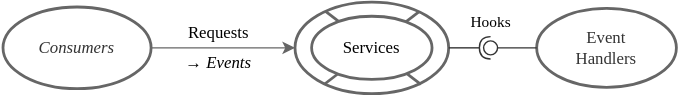
cap-js/docs keeps this draw.io diagram as guides/assets/providing-services/services-events.drawio.svg. Above is the earlier version. Source tidied: cells renumbered, new cells last; positions are measured from the earlier drawing's top-left corner, leaving out a move shared by most shapes. Its diagram source:
```xml
<mxGraphModel>
  <root>
    <mxCell id="0" />
    <mxCell id="1" parent="0" />
    <mxCell id="2" style="group;fontStyle=0;fillColor=none;" parent="1" vertex="1">
      <mxGeometry x="209" width="110" height="65.5" as="geometry" />
    </mxCell>
    <mxCell id="3" style="ellipse;whiteSpace=wrap;html=1;strokeWidth=2;strokeColor=#666666;gradientDirection=south;fontFamily=Avenir Next Medium;sketch=0;" parent="2" vertex="1">
      <mxGeometry width="110" height="65.5" as="geometry" />
    </mxCell>
    <mxCell id="4" style="rounded=0;orthogonalLoop=1;jettySize=auto;html=1;endArrow=none;endFill=0;strokeWidth=2;entryX=0.806;entryY=0.106;entryDx=0;entryDy=0;exitX=0.193;exitY=0.895;exitDx=0;exitDy=0;fillColor=#f8cecc;strokeColor=#666666;entryPerimeter=0;exitPerimeter=0;fontFamily=Avenir Next Medium;sketch=0;" parent="2" edge="1" source="3" target="3">
      <mxGeometry y="0.5" as="geometry" />
    </mxCell>
    <mxCell id="5" style="rounded=0;orthogonalLoop=1;jettySize=auto;html=1;endArrow=none;endFill=0;strokeWidth=2;entryX=0.819;entryY=0.898;entryDx=0;entryDy=0;exitX=0.199;exitY=0.102;exitDx=0;exitDy=0;fillColor=#f8cecc;strokeColor=#666666;exitPerimeter=0;entryPerimeter=0;fontFamily=Avenir Next Medium;sketch=0;" parent="2" edge="1" source="3" target="3">
      <mxGeometry x="-58.4" y="-621" as="geometry" />
    </mxCell>
    <mxCell id="6" value="Services" style="ellipse;whiteSpace=wrap;html=1;strokeWidth=2;fontFamily=Avenir Next Medium;strokeColor=#666666;fontStyle=0;shadow=0;sketch=0;fillStyle=solid;" parent="2" vertex="1">
      <mxGeometry x="11.9" y="10.1" width="86.2" height="45.2" as="geometry" />
    </mxCell>
    <mxCell id="7" value="Event &lt;br&gt;&lt;span&gt;&lt;span&gt;Handlers&lt;/span&gt;&lt;/span&gt;" style="ellipse;whiteSpace=wrap;html=1;strokeColor=#666666;strokeWidth=2;fontFamily=Avenir Next Medium;sketch=0;fontColor=#333333;fontStyle=0;" parent="1" vertex="1">
      <mxGeometry x="382" y="4.5" width="100" height="56.5" as="geometry" />
    </mxCell>
    <mxCell id="8" style="rounded=0;jettySize=auto;html=1;endArrow=none;endFill=0;sketch=0;sourcePerimeterSpacing=0;targetPerimeterSpacing=0;strokeWidth=1;fillColor=#f5f5f5;fontFamily=Avenir Next Medium;strokeColor=#333333;" parent="1" edge="1" source="7" target="10">
      <mxGeometry relative="1" as="geometry" />
    </mxCell>
    <mxCell id="9" value="Hooks" style="rounded=0;jettySize=auto;html=1;endArrow=halfCircle;endFill=0;entryX=0.5;entryY=0.5;endSize=6;strokeWidth=1;sketch=0;fillColor=#f5f5f5;fontFamily=Avenir Next Medium;exitX=1;exitY=0.5;exitDx=0;exitDy=0;strokeColor=#333333;" parent="1" edge="1" source="3" target="10">
      <mxGeometry x="1" y="19" relative="1" as="geometry" />
    </mxCell>
    <mxCell id="10" style="ellipse;whiteSpace=wrap;html=1;align=center;points=[];outlineConnect=0;sketch=0;strokeWidth=1;fontFamily=Avenir Next Medium;fontColor=#333333;strokeColor=#333333;" parent="1" vertex="1">
      <mxGeometry x="344" y="27.8" width="10" height="10" as="geometry" />
    </mxCell>
    <mxCell id="11" value="&lt;p style=&quot;line-height: 0.9&quot;&gt;&amp;nbsp; Requests&lt;br&gt;&lt;br&gt;&lt;i&gt;→ Events&lt;/i&gt;&lt;/p&gt;" style="rounded=0;jettySize=auto;html=1;strokeWidth=1;fillColor=#f5f5f5;strokeColor=#666666;fontStyle=0;fontFamily=Avenir Next Medium;fontSize=12;sketch=0;labelBackgroundColor=none;" parent="1" edge="1" source="12" target="3">
      <mxGeometry x="-0.07" relative="1" as="geometry" />
    </mxCell>
    <mxCell id="12" value="Consumers" style="ellipse;whiteSpace=wrap;html=1;sketch=0;fontFamily=Avenir Next Medium;fontSize=12;fontColor=#333333;strokeColor=#666666;strokeWidth=2;fontStyle=2;" parent="1" vertex="1">
      <mxGeometry y="3.5" width="106" height="58.5" as="geometry" />
    </mxCell>
  </root>
</mxGraphModel>
```
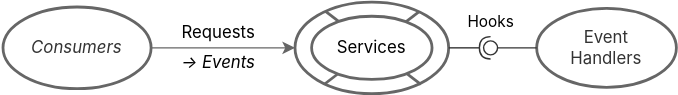
The same file after the commit.

The edit, as a diff of the source:
```diff
@@ -2,37 +2,37 @@
   <root>
     <mxCell id="0" />
     <mxCell id="1" parent="0" />
-    <mxCell id="2" style="group;fontStyle=0;fillColor=none;" parent="1" vertex="1">
+    <mxCell id="2" style="group;fontStyle=0;fillColor=none;fontFamily='Avenir Next', 'Inter var', 'Inter', Helvetica, Arial, sans-serif;" parent="1" vertex="1">
       <mxGeometry x="209" width="110" height="65.5" as="geometry" />
     </mxCell>
-    <mxCell id="3" style="ellipse;whiteSpace=wrap;html=1;strokeWidth=2;strokeColor=#666666;gradientDirection=south;fontFamily=Avenir Next Medium;sketch=0;" parent="2" vertex="1">
+    <mxCell id="3" style="ellipse;whiteSpace=wrap;html=1;strokeWidth=2;strokeColor=#666666;gradientDirection=south;fontFamily='Avenir Next', 'Inter var', 'Inter', Helvetica, Arial, sans-serif;sketch=0;" parent="2" vertex="1">
       <mxGeometry width="110" height="65.5" as="geometry" />
     </mxCell>
-    <mxCell id="4" style="rounded=0;orthogonalLoop=1;jettySize=auto;html=1;endArrow=none;endFill=0;strokeWidth=2;entryX=0.806;entryY=0.106;entryDx=0;entryDy=0;exitX=0.193;exitY=0.895;exitDx=0;exitDy=0;fillColor=#f8cecc;strokeColor=#666666;entryPerimeter=0;exitPerimeter=0;fontFamily=Avenir Next Medium;sketch=0;" parent="2" edge="1" source="3" target="3">
+    <mxCell id="4" style="rounded=0;orthogonalLoop=1;jettySize=auto;html=1;endArrow=none;endFill=0;strokeWidth=2;entryX=0.806;entryY=0.106;entryDx=0;entryDy=0;exitX=0.193;exitY=0.895;exitDx=0;exitDy=0;fillColor=#f8cecc;strokeColor=#666666;entryPerimeter=0;exitPerimeter=0;fontFamily='Avenir Next', 'Inter var', 'Inter', Helvetica, Arial, sans-serif;sketch=0;" parent="2" edge="1" source="3" target="3">
       <mxGeometry y="0.5" as="geometry" />
     </mxCell>
-    <mxCell id="5" style="rounded=0;orthogonalLoop=1;jettySize=auto;html=1;endArrow=none;endFill=0;strokeWidth=2;entryX=0.819;entryY=0.898;entryDx=0;entryDy=0;exitX=0.199;exitY=0.102;exitDx=0;exitDy=0;fillColor=#f8cecc;strokeColor=#666666;exitPerimeter=0;entryPerimeter=0;fontFamily=Avenir Next Medium;sketch=0;" parent="2" edge="1" source="3" target="3">
+    <mxCell id="5" style="rounded=0;orthogonalLoop=1;jettySize=auto;html=1;endArrow=none;endFill=0;strokeWidth=2;entryX=0.819;entryY=0.898;entryDx=0;entryDy=0;exitX=0.199;exitY=0.102;exitDx=0;exitDy=0;fillColor=#f8cecc;strokeColor=#666666;exitPerimeter=0;entryPerimeter=0;fontFamily='Avenir Next', 'Inter var', 'Inter', Helvetica, Arial, sans-serif;sketch=0;" parent="2" edge="1" source="3" target="3">
       <mxGeometry x="-58.4" y="-621" as="geometry" />
     </mxCell>
-    <mxCell id="6" value="Services" style="ellipse;whiteSpace=wrap;html=1;strokeWidth=2;fontFamily=Avenir Next Medium;strokeColor=#666666;fontStyle=0;shadow=0;sketch=0;fillStyle=solid;" parent="2" vertex="1">
+    <mxCell id="6" value="Services" style="ellipse;whiteSpace=wrap;html=1;strokeWidth=2;fontFamily='Avenir Next', 'Inter var', 'Inter', Helvetica, Arial, sans-serif;strokeColor=#666666;fontStyle=0;shadow=0;sketch=0;fillStyle=solid;" parent="2" vertex="1">
       <mxGeometry x="11.9" y="10.1" width="86.2" height="45.2" as="geometry" />
     </mxCell>
-    <mxCell id="7" value="Event &lt;br&gt;&lt;span&gt;&lt;span&gt;Handlers&lt;/span&gt;&lt;/span&gt;" style="ellipse;whiteSpace=wrap;html=1;strokeColor=#666666;strokeWidth=2;fontFamily=Avenir Next Medium;sketch=0;fontColor=#333333;fontStyle=0;" parent="1" vertex="1">
+    <mxCell id="7" value="Event &lt;br&gt;&lt;span&gt;&lt;span&gt;Handlers&lt;/span&gt;&lt;/span&gt;" style="ellipse;whiteSpace=wrap;html=1;strokeColor=#666666;strokeWidth=2;fontFamily='Avenir Next', 'Inter var', 'Inter', Helvetica, Arial, sans-serif;sketch=0;fontColor=#333333;fontStyle=0;" parent="1" vertex="1">
       <mxGeometry x="382" y="4.5" width="100" height="56.5" as="geometry" />
     </mxCell>
-    <mxCell id="8" style="rounded=0;jettySize=auto;html=1;endArrow=none;endFill=0;sketch=0;sourcePerimeterSpacing=0;targetPerimeterSpacing=0;strokeWidth=1;fillColor=#f5f5f5;fontFamily=Avenir Next Medium;strokeColor=#333333;" parent="1" edge="1" source="7" target="10">
+    <mxCell id="8" style="rounded=0;jettySize=auto;html=1;endArrow=none;endFill=0;sketch=0;sourcePerimeterSpacing=0;targetPerimeterSpacing=0;strokeWidth=1;fillColor=#f5f5f5;fontFamily='Avenir Next', 'Inter var', 'Inter', Helvetica, Arial, sans-serif;strokeColor=#333333;" parent="1" edge="1" source="7" target="10">
       <mxGeometry relative="1" as="geometry" />
     </mxCell>
-    <mxCell id="9" value="Hooks" style="rounded=0;jettySize=auto;html=1;endArrow=halfCircle;endFill=0;entryX=0.5;entryY=0.5;endSize=6;strokeWidth=1;sketch=0;fillColor=#f5f5f5;fontFamily=Avenir Next Medium;exitX=1;exitY=0.5;exitDx=0;exitDy=0;strokeColor=#333333;" parent="1" edge="1" source="3" target="10">
+    <mxCell id="9" value="Hooks" style="rounded=0;jettySize=auto;html=1;endArrow=halfCircle;endFill=0;entryX=0.5;entryY=0.5;endSize=6;strokeWidth=1;sketch=0;fillColor=#f5f5f5;fontFamily='Avenir Next', 'Inter var', 'Inter', Helvetica, Arial, sans-serif;exitX=1;exitY=0.5;exitDx=0;exitDy=0;strokeColor=#333333;" parent="1" edge="1" source="3" target="10">
       <mxGeometry x="1" y="19" relative="1" as="geometry" />
     </mxCell>
-    <mxCell id="10" style="ellipse;whiteSpace=wrap;html=1;align=center;points=[];outlineConnect=0;sketch=0;strokeWidth=1;fontFamily=Avenir Next Medium;fontColor=#333333;strokeColor=#333333;" parent="1" vertex="1">
+    <mxCell id="10" style="ellipse;whiteSpace=wrap;html=1;align=center;points=[];outlineConnect=0;sketch=0;strokeWidth=1;fontFamily='Avenir Next', 'Inter var', 'Inter', Helvetica, Arial, sans-serif;fontColor=#333333;strokeColor=#333333;" parent="1" vertex="1">
       <mxGeometry x="344" y="27.8" width="10" height="10" as="geometry" />
     </mxCell>
-    <mxCell id="11" value="&lt;p style=&quot;line-height: 0.9&quot;&gt;&amp;nbsp; Requests&lt;br&gt;&lt;br&gt;&lt;i&gt;→ Events&lt;/i&gt;&lt;/p&gt;" style="rounded=0;jettySize=auto;html=1;strokeWidth=1;fillColor=#f5f5f5;strokeColor=#666666;fontStyle=0;fontFamily=Avenir Next Medium;fontSize=12;sketch=0;labelBackgroundColor=none;" parent="1" edge="1" source="12" target="3">
+    <mxCell id="11" value="&lt;p style=&quot;line-height: 0.9&quot;&gt;&amp;nbsp; Requests&lt;br&gt;&lt;br&gt;&lt;i&gt;→ Events&lt;/i&gt;&lt;/p&gt;" style="rounded=0;jettySize=auto;html=1;strokeWidth=1;fillColor=#f5f5f5;strokeColor=#666666;fontStyle=0;fontFamily='Avenir Next', 'Inter var', 'Inter', Helvetica, Arial, sans-serif;fontSize=12;sketch=0;labelBackgroundColor=none;" parent="1" edge="1" source="12" target="3">
       <mxGeometry x="-0.07" relative="1" as="geometry" />
     </mxCell>
-    <mxCell id="12" value="Consumers" style="ellipse;whiteSpace=wrap;html=1;sketch=0;fontFamily=Avenir Next Medium;fontSize=12;fontColor=#333333;strokeColor=#666666;strokeWidth=2;fontStyle=2;" parent="1" vertex="1">
+    <mxCell id="12" value="Consumers" style="ellipse;whiteSpace=wrap;html=1;sketch=0;fontFamily='Avenir Next', 'Inter var', 'Inter', Helvetica, Arial, sans-serif;fontSize=12;fontColor=#333333;strokeColor=#666666;strokeWidth=2;fontStyle=2;" parent="1" vertex="1">
       <mxGeometry y="3.5" width="106" height="58.5" as="geometry" />
     </mxCell>
   </root>
```
